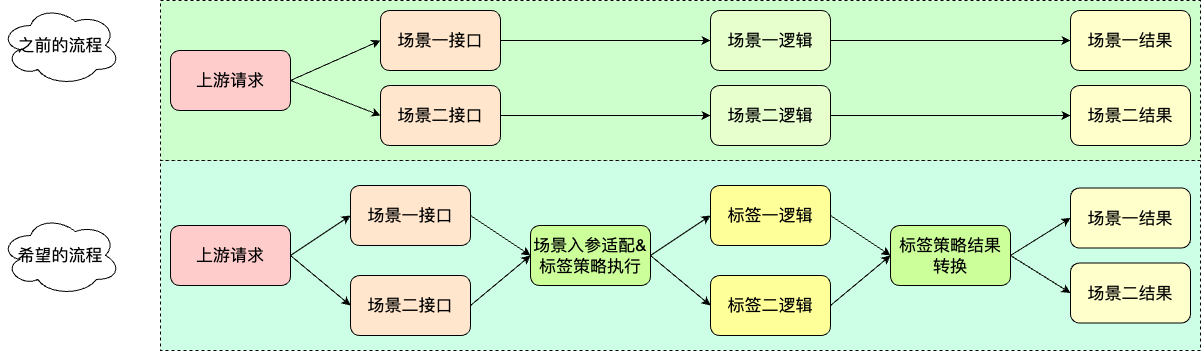
Above: 场景现有逻辑&期望逻辑.png in liujunao/draw-data (draw.io), before the change. Source tidied: cells renumbered, new cells last; positions are measured from the earlier drawing's top-left corner, leaving out a move shared by most shapes.
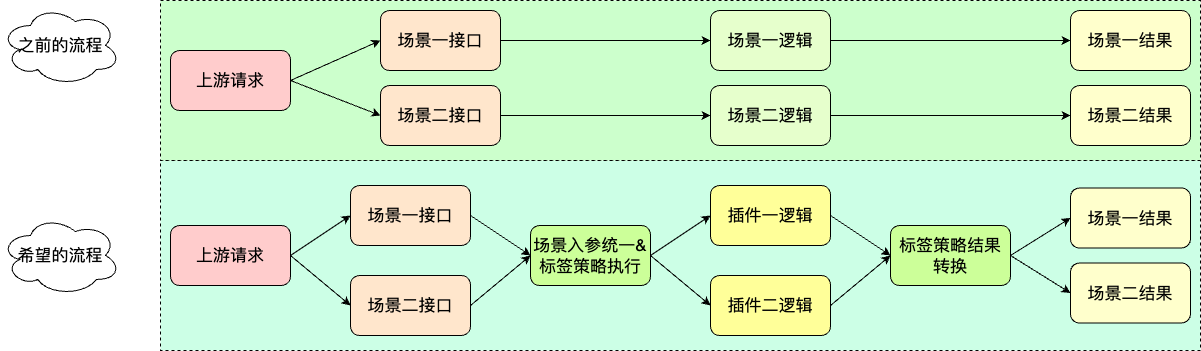
Later version of the same file.

Commit message:
更新场景现有逻辑&期望逻辑.png

The edit, as a diff of the source:
```diff
@@ -59,13 +59,13 @@
     <mxCell id="20" style="rounded=0;jettySize=auto;html=1;exitX=1;exitY=0.5;exitDx=0;exitDy=0;entryX=0;entryY=0.5;entryDx=0;entryDy=0;" parent="1" edge="1" source="21" target="32">
       <mxGeometry relative="1" as="geometry" />
     </mxCell>
-    <mxCell id="21" value="&lt;font size=&quot;3&quot;&gt;场景入参适配&amp;amp;&lt;br&gt;标签策略执行&lt;br&gt;&lt;/font&gt;" style="rounded=1;whiteSpace=wrap;html=1;fillColor=#CCFF99;" parent="1" vertex="1">
+    <mxCell id="21" value="&lt;font size=&quot;3&quot;&gt;场景入参统一&amp;amp;&lt;br&gt;标签策略执行&lt;br&gt;&lt;/font&gt;" style="rounded=1;whiteSpace=wrap;html=1;fillColor=#CCFF99;" parent="1" vertex="1">
       <mxGeometry x="530" y="225" width="120" height="60" as="geometry" />
     </mxCell>
     <mxCell id="22" style="rounded=0;jettySize=auto;html=1;exitX=1;exitY=0.5;exitDx=0;exitDy=0;entryX=0;entryY=0.5;entryDx=0;entryDy=0;" parent="1" edge="1" source="23" target="35">
       <mxGeometry relative="1" as="geometry" />
     </mxCell>
-    <mxCell id="23" value="&lt;font size=&quot;3&quot;&gt;标签一逻辑&lt;/font&gt;" style="rounded=1;whiteSpace=wrap;html=1;fillColor=#FFFF99;" parent="1" vertex="1">
+    <mxCell id="23" value="&lt;font size=&quot;3&quot;&gt;插件一逻辑&lt;/font&gt;" style="rounded=1;whiteSpace=wrap;html=1;fillColor=#FFFF99;" parent="1" vertex="1">
       <mxGeometry x="710" y="185" width="120" height="60" as="geometry" />
     </mxCell>
     <mxCell id="24" value="&lt;font size=&quot;3&quot;&gt;之前的流程&lt;/font&gt;" style="ellipse;shape=cloud;whiteSpace=wrap;html=1;" parent="1" vertex="1">
@@ -92,7 +92,7 @@
     <mxCell id="31" style="rounded=0;jettySize=auto;html=1;exitX=1;exitY=0.5;exitDx=0;exitDy=0;entryX=0;entryY=0.5;entryDx=0;entryDy=0;" parent="1" edge="1" source="32" target="35">
       <mxGeometry relative="1" as="geometry" />
     </mxCell>
-    <mxCell id="32" value="&lt;font size=&quot;3&quot;&gt;标签二逻辑&lt;/font&gt;" style="rounded=1;whiteSpace=wrap;html=1;fillColor=#FFFF99;" parent="1" vertex="1">
+    <mxCell id="32" value="&lt;font size=&quot;3&quot;&gt;插件二逻辑&lt;/font&gt;" style="rounded=1;whiteSpace=wrap;html=1;fillColor=#FFFF99;" parent="1" vertex="1">
       <mxGeometry x="710" y="275" width="120" height="60" as="geometry" />
     </mxCell>
     <mxCell id="33" style="rounded=0;jettySize=auto;html=1;exitX=1;exitY=0.5;exitDx=0;exitDy=0;entryX=0;entryY=0.5;entryDx=0;entryDy=0;" parent="1" edge="1" source="35" target="36">
```
